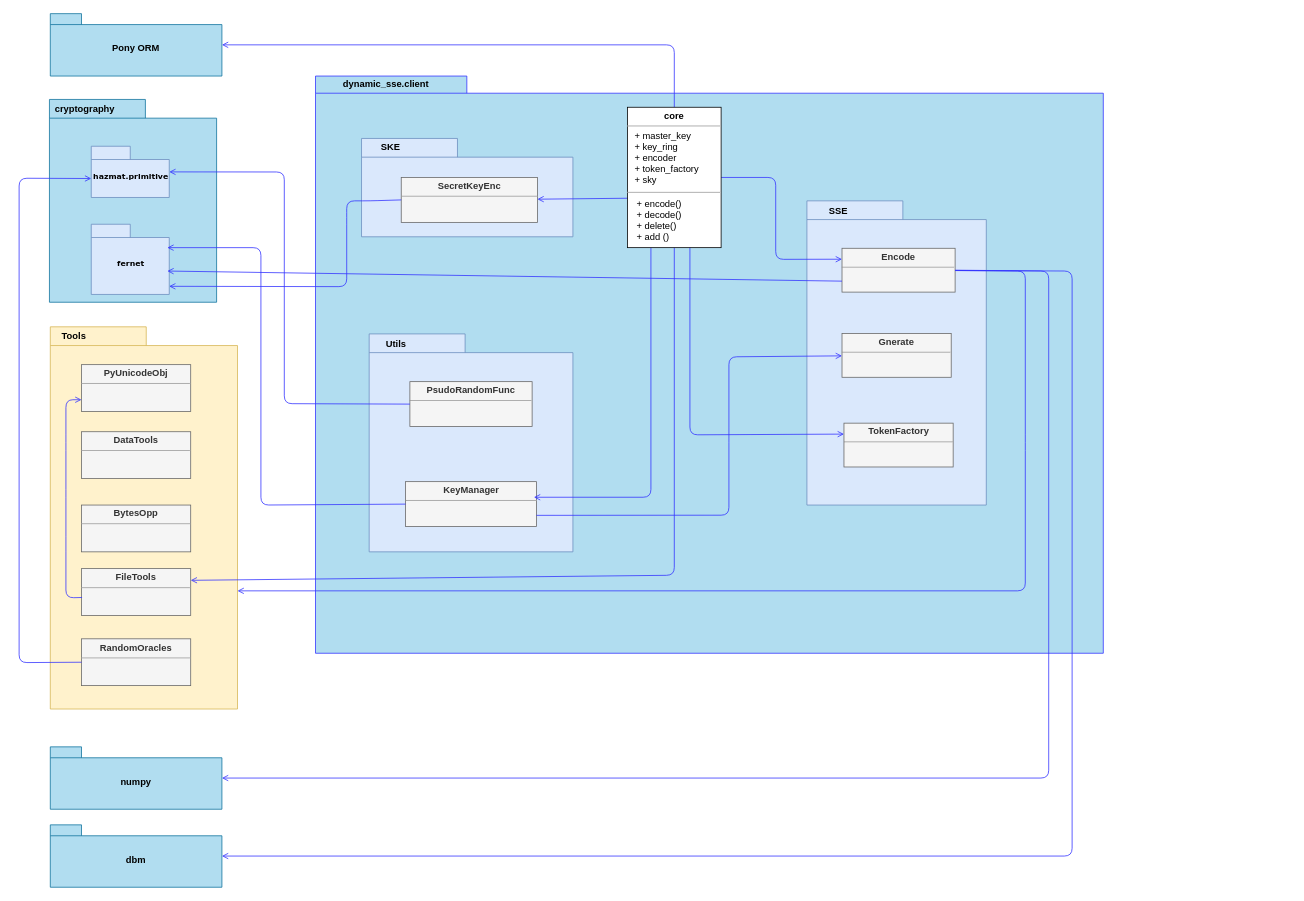
Above: page "client" (3 of 5) of diagrams/structural/client_package.drawio in thisisel/dynamic-sse (draw.io), before the change. Source tidied: cells renumbered, new cells numbered last; positions are measured from the earlier drawing's top-left corner, leaving out a move shared by most shapes. Both pictures are drawn from the tidied source at 78%, with x=0, y=0 at pixel (19, 13).
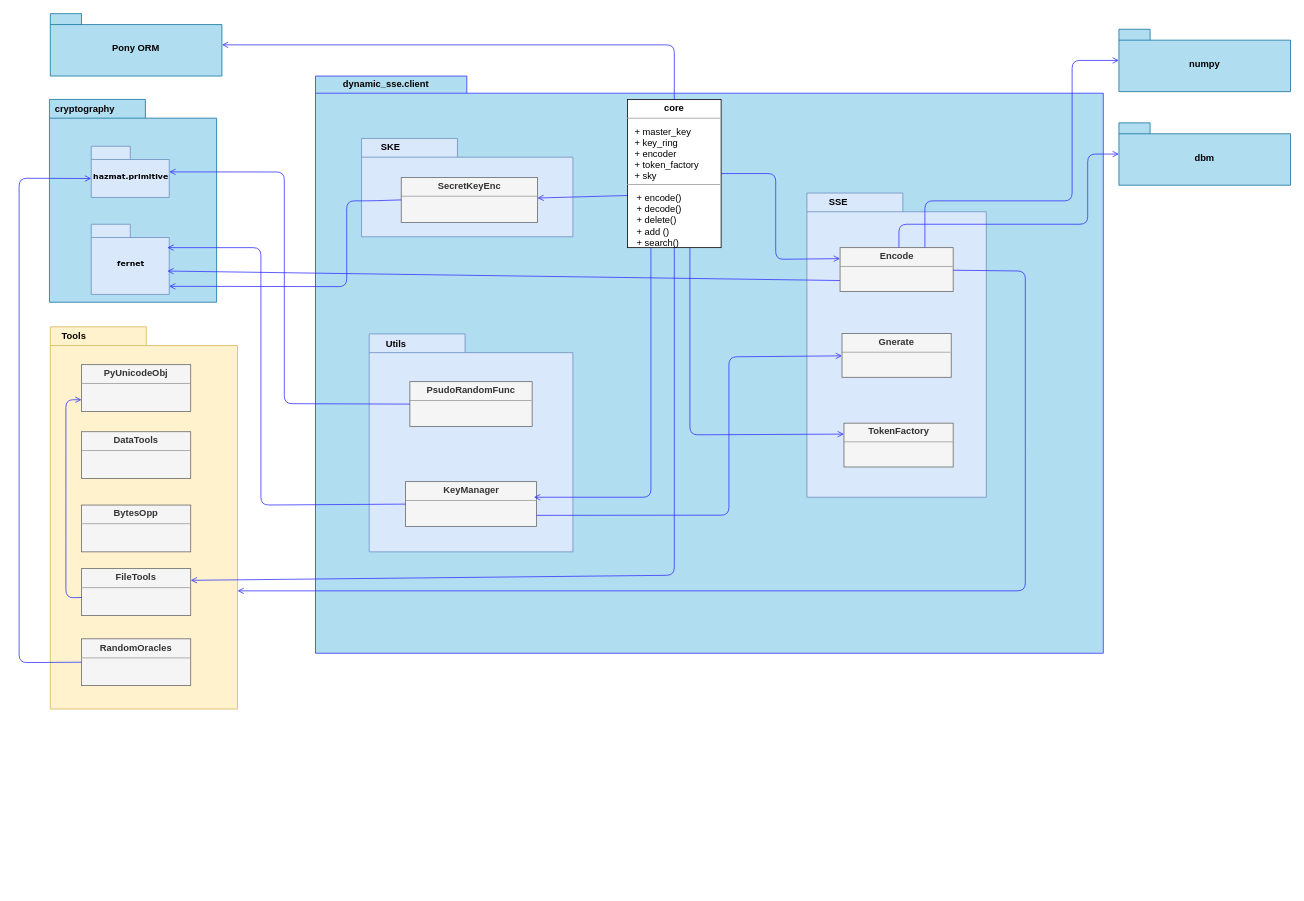
The same page after the edit.

The change refers to these unchanged cells:
```xml
<mxCell id="9" style="group;" parent="1" vertex="1">
  <mxGeometry x="1010" y="240" width="230" height="450" as="geometry" />
</mxCell>
```

Change to the diagram source:
```diff
@@
     <mxCell id="10" style="shape=folder;fontStyle=1;spacingTop=10;tabWidth=123;tabHeight=24;tabPosition=left;html=1;rounded=0;shadow=0;comic=0;labelBackgroundColor=none;strokeWidth=1;fontFamily=Verdana;fontSize=10;align=center;fillColor=#dae8fc;strokeColor=#6c8ebf;" parent="9" vertex="1">
-      <mxGeometry width="230" height="390" as="geometry" />
+      <mxGeometry y="-10" width="230" height="390" as="geometry" />
     </mxCell>
     <mxCell id="11" value="&lt;p style=&quot;margin:0px;margin-top:4px;text-align:center;&quot;&gt;&lt;b&gt;Encode&lt;/b&gt;&lt;/p&gt;&lt;hr size=&quot;1&quot;&gt;&lt;div style=&quot;height:2px;&quot;&gt;&lt;/div&gt;" style="verticalAlign=top;align=left;overflow=fill;fontSize=12;fontFamily=Helvetica;html=1;whiteSpace=wrap;fillColor=#f5f5f5;fontColor=#333333;strokeColor=#666666;" parent="9" vertex="1">
-      <mxGeometry x="45" y="60.8" width="145" height="56.2" as="geometry" />
+      <mxGeometry x="42.5" y="60" width="145" height="56.2" as="geometry" />
     </mxCell>
@@
     <mxCell id="14" value="SSE" style="text;align=center;fontStyle=1;verticalAlign=middle;spacingLeft=3;spacingRight=3;strokeColor=none;html=1;" parent="9" vertex="1">
-      <mxGeometry y="1.9" width="80" height="24.4" as="geometry" />
+      <mxGeometry y="-10" width="80" height="24.4" as="geometry" />
     </mxCell>
@@
     <mxCell id="35" value="numpy" style="shape=folder;fontStyle=1;spacingTop=10;tabWidth=40;tabHeight=14;tabPosition=left;html=1;whiteSpace=wrap;fillColor=#b1ddf0;strokeColor=#10739e;" parent="1" vertex="1">
-      <mxGeometry x="40" y="940" width="220" height="80" as="geometry" />
+      <mxGeometry x="1410" y="20" width="220" height="80" as="geometry" />
     </mxCell>
@@
     <mxCell id="37" style="edgeStyle=none;html=1;entryX=0;entryY=0.25;entryDx=0;entryDy=0;endArrow=open;endFill=0;strokeColor=#3333FF;" parent="1" edge="1" source="42" target="11">
       <mxGeometry relative="1" as="geometry">
         <Array as="points">
-          <mxPoint x="970" y="210" />
+          <mxPoint x="970" y="205" />
           <mxPoint x="970" y="315" />
         </Array>
       </mxGeometry>
     </mxCell>
@@
     <mxCell id="42" value="&lt;p style=&quot;margin:0px;margin-top:4px;text-align:center;&quot;&gt;&lt;b&gt;core&lt;/b&gt;&lt;/p&gt;&lt;hr size=&quot;1&quot;&gt;&lt;div style=&quot;border-color: var(--border-color);&quot;&gt;&lt;br&gt;&lt;br&gt;&lt;/div&gt;&lt;div style=&quot;border-color: var(--border-color);&quot;&gt;&lt;br&gt;&lt;/div&gt;&lt;div style=&quot;border-color: var(--border-color);&quot;&gt;&lt;br&gt;&lt;/div&gt;&lt;div style=&quot;border-color: var(--border-color);&quot;&gt;&lt;br&gt;&lt;/div&gt;&lt;hr size=&quot;1&quot;&gt;&lt;div style=&quot;height:2px;&quot;&gt;&lt;br&gt;&lt;/div&gt;&lt;div style=&quot;height:2px;&quot;&gt;&lt;br&gt;&lt;/div&gt;&lt;div style=&quot;height:2px;&quot;&gt;&lt;br&gt;&lt;/div&gt;" style="verticalAlign=top;align=left;overflow=fill;fontSize=12;fontFamily=Helvetica;html=1;whiteSpace=wrap;" parent="1" vertex="1">
-      <mxGeometry x="780" y="120" width="120" height="180" as="geometry" />
+      <mxGeometry x="780" y="110" width="120" height="190" as="geometry" />
     </mxCell>
@@
-    <mxCell id="46" style="edgeStyle=none;html=1;exitX=1;exitY=0.5;exitDx=0;exitDy=0;endArrow=open;endFill=0;endSize=6;strokeColor=#3333FF;" parent="1" edge="1" source="11" target="35">
-      <mxGeometry relative="1" as="geometry">
-        <Array as="points">
-          <mxPoint x="1320" y="330" />
-          <mxPoint x="1320" y="980" />
-        </Array>
-      </mxGeometry>
-    </mxCell>
     <mxCell id="47" value="dbm" style="shape=folder;fontStyle=1;spacingTop=10;tabWidth=40;tabHeight=14;tabPosition=left;html=1;whiteSpace=wrap;fillColor=#b1ddf0;strokeColor=#10739e;" parent="1" vertex="1">
-      <mxGeometry x="40" y="1040" width="220" height="80" as="geometry" />
+      <mxGeometry x="1410" y="140" width="220" height="80" as="geometry" />
     </mxCell>
-    <mxCell id="48" style="edgeStyle=none;html=1;endArrow=open;endFill=0;endSize=6;strokeColor=#3333FF;" parent="1" edge="1" source="11" target="47">
-      <mxGeometry relative="1" as="geometry">
-        <Array as="points">
-          <mxPoint x="1350" y="330" />
-          <mxPoint x="1350" y="1080" />
-        </Array>
-      </mxGeometry>
-    </mxCell>
@@
-    <mxCell id="53" value="+ encode()&lt;br&gt;+ decode()&lt;br&gt;+ delete()&lt;br&gt;+ add ()" style="text;html=1;align=left;verticalAlign=middle;strokeColor=none;fillColor=none;" parent="1" vertex="1">
-      <mxGeometry x="790" y="230" width="80" height="70" as="geometry" />
+    <mxCell id="53" value="+ encode()&lt;br&gt;+ decode()&lt;br&gt;+ delete()&lt;br&gt;+ add ()&lt;br&gt;+ search()" style="text;html=1;align=left;verticalAlign=middle;strokeColor=none;fillColor=none;" parent="1" vertex="1">
+      <mxGeometry x="790" y="220" width="80" height="90" as="geometry" />
     </mxCell>
     <mxCell id="54" value="&lt;div style=&quot;text-align: left;&quot;&gt;&lt;span style=&quot;background-color: initial;&quot;&gt;+ master_key&lt;/span&gt;&lt;/div&gt;&lt;div style=&quot;text-align: left;&quot;&gt;&lt;span style=&quot;background-color: initial;&quot;&gt;+ key_ring&lt;/span&gt;&lt;/div&gt;&lt;div style=&quot;text-align: left;&quot;&gt;&lt;span style=&quot;background-color: initial;&quot;&gt;+ encoder&lt;/span&gt;&lt;/div&gt;&lt;div style=&quot;text-align: left;&quot;&gt;&lt;span style=&quot;background-color: initial;&quot;&gt;+ token_factory&lt;/span&gt;&lt;/div&gt;&lt;div style=&quot;text-align: left;&quot;&gt;&lt;span style=&quot;background-color: initial;&quot;&gt;+ sky&lt;/span&gt;&lt;/div&gt;" style="text;html=1;align=center;verticalAlign=middle;strokeColor=none;fillColor=none;" parent="1" vertex="1">
-      <mxGeometry x="775" y="140" width="110" height="90" as="geometry" />
+      <mxGeometry x="775" y="135" width="110" height="90" as="geometry" />
     </mxCell>
+    <mxCell id="48" style="edgeStyle=orthogonalEdgeStyle;rounded=1;jettySize=auto;html=1;strokeColor=#3333FF;endArrow=open;endFill=0;" parent="1" edge="1" source="11" target="47">
+      <mxGeometry relative="1" as="geometry">
+        <Array as="points">
+          <mxPoint x="1128" y="270" />
+          <mxPoint x="1370" y="270" />
+          <mxPoint x="1370" y="180" />
+        </Array>
+      </mxGeometry>
+    </mxCell>
+    <mxCell id="46" style="edgeStyle=orthogonalEdgeStyle;rounded=1;jettySize=auto;html=1;exitX=0.75;exitY=0;exitDx=0;exitDy=0;strokeColor=#3333FF;endArrow=open;endFill=0;" parent="1" edge="1" source="11" target="35">
+      <mxGeometry relative="1" as="geometry">
+        <Array as="points">
+          <mxPoint x="1161" y="240" />
+          <mxPoint x="1350" y="240" />
+          <mxPoint x="1350" y="60" />
+        </Array>
+      </mxGeometry>
+    </mxCell>
```
